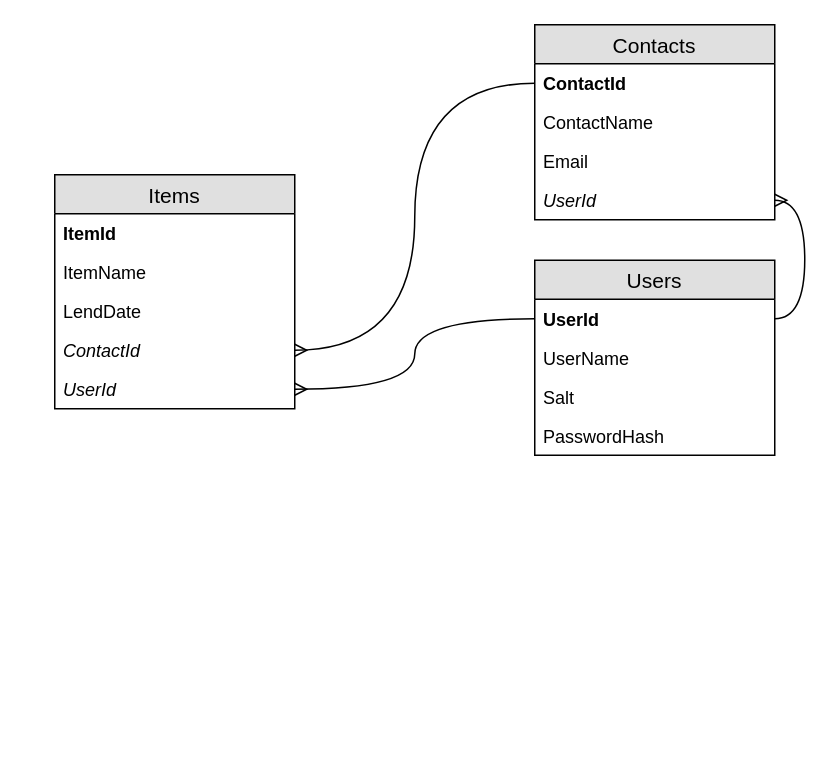
serviux/GiveItBack keeps this draw.io diagram as db_diagram_xml.drawio. Above is the earlier version. Source tidied: cells renumbered, new cells numbered last; positions are measured from the earlier drawing's top-left corner, leaving out a move shared by most shapes. Both pictures are drawn from the tidied source at 150%, with x=0, y=0 at pixel (54, 24).
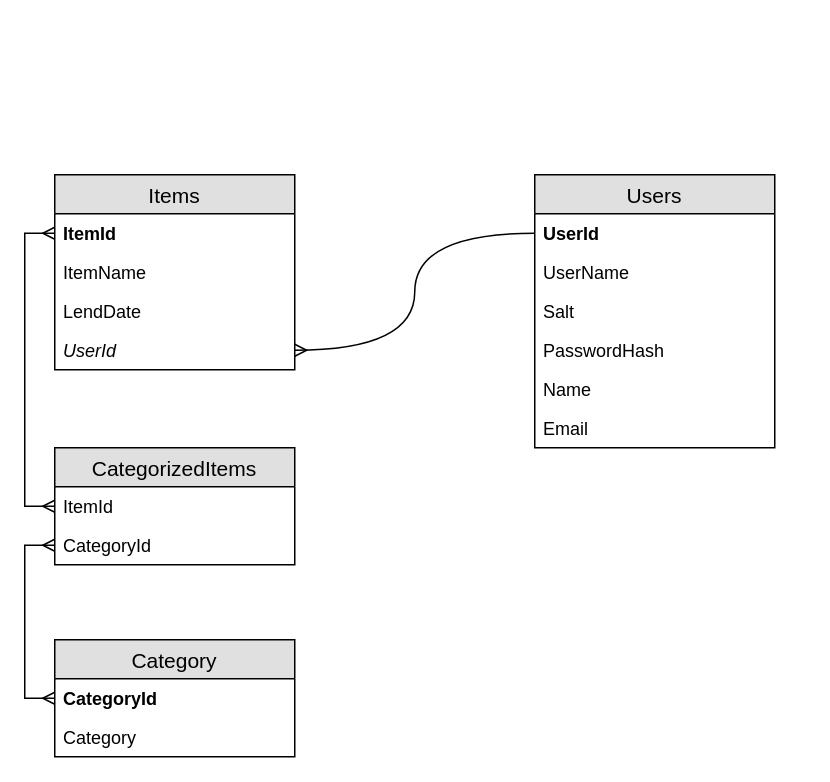
After the change.

Unchanged cells that the change refers to:
```xml
<mxCell id="3" value="UserId" style="text;strokeColor=none;fillColor=none;spacingLeft=4;spacingRight=4;overflow=hidden;points=[[0,0.5],[1,0.5]];portConstraint=eastwest;fontSize=12;fontStyle=1;" parent="2" vertex="1">
  <mxGeometry y="26" width="160" height="26" as="geometry" />
</mxCell>
<mxCell id="8" value="ItemId" style="text;strokeColor=none;fillColor=none;spacingLeft=4;spacingRight=4;overflow=hidden;points=[[0,0.5],[1,0.5]];portConstraint=eastwest;fontSize=12;fontStyle=1;" parent="7" vertex="1">
  <mxGeometry y="26" width="160" height="26" as="geometry" />
</mxCell>
```

Diff of the diagram source:
```diff
@@
     <mxCell id="2" value="Users" style="swimlane;fontStyle=0;horizontal=1;startSize=26;fillColor=#e0e0e0;swimlaneFillColor=#ffffff;align=center;fontSize=14;" parent="1" vertex="1">
-      <mxGeometry x="320" y="157" width="160" height="130" as="geometry" />
+      <mxGeometry x="320" y="100" width="160" height="182" as="geometry" />
     </mxCell>
@@
+    <mxCell id="21" value="Name" style="text;strokeColor=none;fillColor=none;spacingLeft=4;spacingRight=4;overflow=hidden;fontSize=12;" parent="2" vertex="1">
+      <mxGeometry y="130" width="160" height="26" as="geometry" />
+    </mxCell>
+    <mxCell id="16" value="Email" style="text;strokeColor=none;fillColor=none;spacingLeft=4;spacingRight=4;overflow=hidden;fontSize=12;" parent="2" vertex="1">
+      <mxGeometry y="156" width="160" height="26" as="geometry" />
+    </mxCell>
     <mxCell id="7" value="Items" style="swimlane;fontStyle=0;horizontal=1;startSize=26;fillColor=#e0e0e0;swimlaneFillColor=#ffffff;align=center;fontSize=14;" parent="1" vertex="1">
-      <mxGeometry y="100" width="160" height="156" as="geometry" />
+      <mxGeometry y="100" width="160" height="130" as="geometry" />
     </mxCell>
@@
-    <mxCell id="11" value="ContactId" style="text;strokeColor=none;fillColor=none;spacingLeft=4;spacingRight=4;overflow=hidden;points=[[0,0.5],[1,0.5]];portConstraint=eastwest;fontSize=12;fontStyle=2;" parent="7" vertex="1">
-      <mxGeometry y="104" width="160" height="26" as="geometry" />
-    </mxCell>
     <mxCell id="12" value="UserId" style="text;strokeColor=none;fillColor=none;spacingLeft=4;spacingRight=4;overflow=hidden;points=[[0,0.5],[1,0.5]];portConstraint=eastwest;fontSize=12;fontStyle=2;" parent="7" vertex="1">
-      <mxGeometry y="130" width="160" height="26" as="geometry" />
+      <mxGeometry y="104" width="160" height="26" as="geometry" />
     </mxCell>
-    <mxCell id="13" value="Contacts" style="swimlane;fontStyle=0;horizontal=1;startSize=26;fillColor=#e0e0e0;swimlaneFillColor=#ffffff;align=center;fontSize=14;" parent="1" vertex="1">
-      <mxGeometry x="320" width="160" height="130" as="geometry" />
-    </mxCell>
-    <mxCell id="14" value="ContactId" style="text;strokeColor=none;fillColor=none;spacingLeft=4;spacingRight=4;overflow=hidden;points=[[0,0.5],[1,0.5]];portConstraint=eastwest;fontSize=12;fontStyle=1;" parent="13" vertex="1">
-      <mxGeometry y="26" width="160" height="26" as="geometry" />
-    </mxCell>
-    <mxCell id="15" value="ContactName" style="text;strokeColor=none;fillColor=none;spacingLeft=4;spacingRight=4;overflow=hidden;fontSize=12;" parent="13" vertex="1">
-      <mxGeometry y="52" width="160" height="26" as="geometry" />
-    </mxCell>
-    <mxCell id="16" value="Email" style="text;strokeColor=none;fillColor=none;spacingLeft=4;spacingRight=4;overflow=hidden;fontSize=12;" parent="13" vertex="1">
-      <mxGeometry y="78" width="160" height="26" as="geometry" />
-    </mxCell>
-    <mxCell id="17" value="UserId" style="text;strokeColor=none;fillColor=none;spacingLeft=4;spacingRight=4;overflow=hidden;points=[[0,0.5],[1,0.5]];portConstraint=eastwest;fontSize=12;fontStyle=2;" parent="13" vertex="1">
-      <mxGeometry y="104" width="160" height="26" as="geometry" />
-    </mxCell>
@@
-    <mxCell id="19" style="edgeStyle=orthogonalEdgeStyle;rounded=0;jettySize=auto;html=1;exitX=1;exitY=0.5;exitDx=0;exitDy=0;entryX=0;entryY=0.5;entryDx=0;entryDy=0;startArrow=ERmany;startFill=0;endArrow=none;endFill=0;curved=1;" parent="1" edge="1" source="11" target="14">
-      <mxGeometry relative="1" as="geometry" />
-    </mxCell>
-    <mxCell id="20" style="edgeStyle=orthogonalEdgeStyle;curved=1;rounded=0;jettySize=auto;html=1;exitX=1;exitY=0.5;exitDx=0;exitDy=0;entryX=1;entryY=0.5;entryDx=0;entryDy=0;startArrow=ERmany;startFill=0;endArrow=none;endFill=0;" parent="1" edge="1" source="17" target="3">
-      <mxGeometry relative="1" as="geometry" />
-    </mxCell>
+    <mxCell id="22" value="Category" style="swimlane;fontStyle=0;horizontal=1;startSize=26;fillColor=#e0e0e0;swimlaneFillColor=#ffffff;align=center;fontSize=14;" parent="1" vertex="1">
+      <mxGeometry y="410" width="160" height="78" as="geometry" />
+    </mxCell>
+    <mxCell id="23" value="CategoryId" style="text;strokeColor=none;fillColor=none;spacingLeft=4;spacingRight=4;overflow=hidden;points=[[0,0.5],[1,0.5]];portConstraint=eastwest;fontSize=12;fontStyle=1;" parent="22" vertex="1">
+      <mxGeometry y="26" width="160" height="26" as="geometry" />
+    </mxCell>
+    <mxCell id="24" value="Category" style="text;strokeColor=none;fillColor=none;spacingLeft=4;spacingRight=4;overflow=hidden;fontSize=12;" parent="22" vertex="1">
+      <mxGeometry y="52" width="160" height="26" as="geometry" />
+    </mxCell>
+    <mxCell id="25" value="CategorizedItems" style="swimlane;fontStyle=0;horizontal=1;startSize=26;fillColor=#e0e0e0;swimlaneFillColor=#ffffff;align=center;fontSize=14;" parent="1" vertex="1">
+      <mxGeometry y="282" width="160" height="78" as="geometry" />
+    </mxCell>
+    <mxCell id="26" value="ItemId" style="text;strokeColor=none;fillColor=none;spacingLeft=4;spacingRight=4;overflow=hidden;points=[[0,0.5],[1,0.5]];portConstraint=eastwest;fontSize=12;" parent="25" vertex="1">
+      <mxGeometry y="26" width="160" height="26" as="geometry" />
+    </mxCell>
+    <mxCell id="27" value="CategoryId" style="text;strokeColor=none;fillColor=none;spacingLeft=4;spacingRight=4;overflow=hidden;points=[[0,0.5],[1,0.5]];portConstraint=eastwest;fontSize=12;" parent="25" vertex="1">
+      <mxGeometry y="52" width="160" height="26" as="geometry" />
+    </mxCell>
+    <mxCell id="28" style="edgeStyle=orthogonalEdgeStyle;rounded=0;jettySize=auto;html=1;exitX=0;exitY=0.5;exitDx=0;exitDy=0;entryX=0;entryY=0.5;entryDx=0;entryDy=0;endArrow=ERmany;endFill=0;startArrow=ERmany;startFill=0;" parent="1" edge="1" source="8" target="26">
+      <mxGeometry relative="1" as="geometry" />
+    </mxCell>
+    <mxCell id="29" style="edgeStyle=orthogonalEdgeStyle;rounded=0;jettySize=auto;html=1;exitX=0;exitY=0.5;exitDx=0;exitDy=0;entryX=0;entryY=0.5;entryDx=0;entryDy=0;endArrow=ERmany;endFill=0;startArrow=ERmany;startFill=0;" parent="1" edge="1" source="23" target="27">
+      <mxGeometry relative="1" as="geometry" />
+    </mxCell>
```
